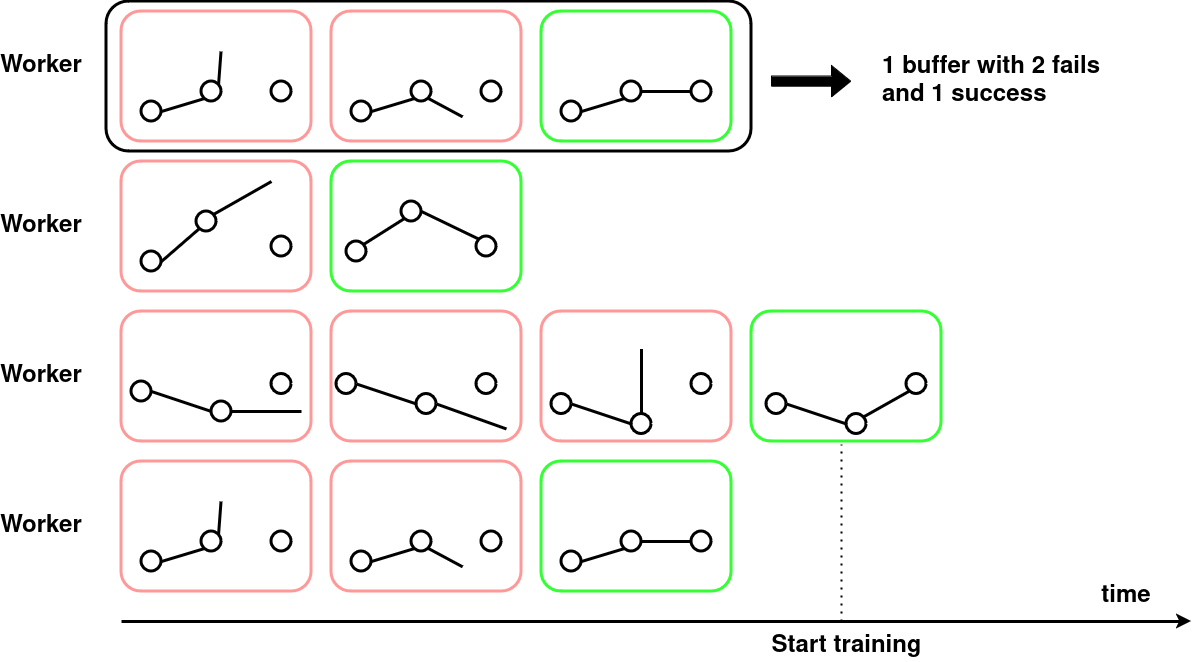
This is moma_deep/threaded_training.png from JonasBlx/graph, a draw.io export, as it was before one commit. Source tidied: cells renumbered, new cells last; positions are measured from the earlier drawing's top-left corner, leaving out a move shared by most shapes. Source of this version:
```xml
<mxGraphModel>
  <root>
    <mxCell id="0" />
    <mxCell id="1" parent="0" />
    <mxCell id="2" style="rounded=1;whiteSpace=wrap;html=1;strokeColor=#FF9999;strokeWidth=3;" parent="1" vertex="1">
      <mxGeometry x="110" y="160" width="190" height="130" as="geometry" />
    </mxCell>
    <mxCell id="3" style="rounded=1;whiteSpace=wrap;html=1;strokeColor=#33FF33;strokeWidth=3;" parent="1" vertex="1">
      <mxGeometry x="320" y="160" width="190" height="130" as="geometry" />
    </mxCell>
    <mxCell id="4" style="ellipse;whiteSpace=wrap;html=1;strokeWidth=3;" parent="1" vertex="1">
      <mxGeometry x="130" y="250" width="20" height="20" as="geometry" />
    </mxCell>
    <mxCell id="5" style="endArrow=none;html=1;rounded=0;exitX=1;exitY=0.5;exitDx=0;exitDy=0;entryX=0;entryY=1;entryDx=0;entryDy=0;strokeWidth=3;" parent="1" edge="1" source="4" target="6">
      <mxGeometry relative="1" as="geometry" />
    </mxCell>
    <mxCell id="6" style="ellipse;whiteSpace=wrap;html=1;strokeWidth=3;" parent="1" vertex="1">
      <mxGeometry x="185" y="210" width="20" height="20" as="geometry" />
    </mxCell>
    <mxCell id="7" style="ellipse;whiteSpace=wrap;html=1;strokeWidth=3;" parent="1" vertex="1">
      <mxGeometry x="260" y="235" width="20" height="20" as="geometry" />
    </mxCell>
    <mxCell id="8" style="endArrow=none;html=1;rounded=0;entryX=1;entryY=0;entryDx=0;entryDy=0;strokeWidth=3;" parent="1" edge="1" target="6">
      <mxGeometry relative="1" as="geometry">
        <mxPoint x="260" y="180" as="sourcePoint" />
      </mxGeometry>
    </mxCell>
    <mxCell id="9" style="ellipse;whiteSpace=wrap;html=1;strokeWidth=3;" parent="1" vertex="1">
      <mxGeometry x="335" y="240" width="20" height="20" as="geometry" />
    </mxCell>
    <mxCell id="10" style="endArrow=none;html=1;rounded=0;exitX=1;exitY=0;exitDx=0;exitDy=0;entryX=0;entryY=1;entryDx=0;entryDy=0;strokeWidth=3;" parent="1" edge="1" source="9" target="11">
      <mxGeometry relative="1" as="geometry" />
    </mxCell>
    <mxCell id="11" style="ellipse;whiteSpace=wrap;html=1;strokeWidth=3;" parent="1" vertex="1">
      <mxGeometry x="390" y="200" width="20" height="20" as="geometry" />
    </mxCell>
    <mxCell id="12" style="ellipse;whiteSpace=wrap;html=1;strokeWidth=3;" parent="1" vertex="1">
      <mxGeometry x="465" y="235" width="20" height="20" as="geometry" />
    </mxCell>
    <mxCell id="13" style="endArrow=none;html=1;rounded=0;entryX=1;entryY=0.5;entryDx=0;entryDy=0;exitX=0;exitY=0;exitDx=0;exitDy=0;strokeWidth=3;" parent="1" edge="1" source="12" target="11">
      <mxGeometry relative="1" as="geometry" />
    </mxCell>
    <mxCell id="14" style="rounded=1;whiteSpace=wrap;html=1;strokeColor=#FF9999;strokeWidth=3;" parent="1" vertex="1">
      <mxGeometry x="110" y="310" width="190" height="130" as="geometry" />
    </mxCell>
    <mxCell id="15" style="rounded=1;whiteSpace=wrap;html=1;strokeColor=#FF9999;strokeWidth=3;" parent="1" vertex="1">
      <mxGeometry x="320" y="310" width="190" height="130" as="geometry" />
    </mxCell>
    <mxCell id="16" style="rounded=1;whiteSpace=wrap;html=1;strokeColor=#FF9999;strokeWidth=3;" parent="1" vertex="1">
      <mxGeometry x="530" y="310" width="190" height="130" as="geometry" />
    </mxCell>
    <mxCell id="17" style="rounded=1;whiteSpace=wrap;html=1;strokeColor=#33FF33;strokeWidth=3;" parent="1" vertex="1">
      <mxGeometry x="740" y="310" width="190" height="130" as="geometry" />
    </mxCell>
    <mxCell id="18" style="ellipse;whiteSpace=wrap;html=1;strokeWidth=3;" parent="1" vertex="1">
      <mxGeometry x="120" y="380" width="20" height="20" as="geometry" />
    </mxCell>
    <mxCell id="19" style="endArrow=none;html=1;rounded=0;exitX=1;exitY=0.5;exitDx=0;exitDy=0;entryX=0;entryY=0.5;entryDx=0;entryDy=0;strokeWidth=3;" parent="1" edge="1" source="18" target="20">
      <mxGeometry relative="1" as="geometry" />
    </mxCell>
    <mxCell id="20" style="ellipse;whiteSpace=wrap;html=1;strokeWidth=3;" parent="1" vertex="1">
      <mxGeometry x="200" y="400" width="20" height="20" as="geometry" />
    </mxCell>
    <mxCell id="21" style="ellipse;whiteSpace=wrap;html=1;strokeWidth=3;" parent="1" vertex="1">
      <mxGeometry x="260" y="372.5" width="20" height="20" as="geometry" />
    </mxCell>
    <mxCell id="22" style="endArrow=none;html=1;rounded=0;entryX=1;entryY=0.5;entryDx=0;entryDy=0;strokeWidth=3;" parent="1" edge="1" target="20">
      <mxGeometry relative="1" as="geometry">
        <mxPoint x="290" y="410" as="sourcePoint" />
      </mxGeometry>
    </mxCell>
    <mxCell id="23" style="ellipse;whiteSpace=wrap;html=1;strokeWidth=3;" parent="1" vertex="1">
      <mxGeometry x="325" y="372.5" width="20" height="20" as="geometry" />
    </mxCell>
    <mxCell id="24" style="endArrow=none;html=1;rounded=0;exitX=1;exitY=0.5;exitDx=0;exitDy=0;entryX=0;entryY=0.5;entryDx=0;entryDy=0;strokeWidth=3;" parent="1" edge="1" source="23" target="25">
      <mxGeometry relative="1" as="geometry" />
    </mxCell>
    <mxCell id="25" style="ellipse;whiteSpace=wrap;html=1;strokeWidth=3;" parent="1" vertex="1">
      <mxGeometry x="405" y="392.5" width="20" height="20" as="geometry" />
    </mxCell>
    <mxCell id="26" style="ellipse;whiteSpace=wrap;html=1;strokeWidth=3;" parent="1" vertex="1">
      <mxGeometry x="465" y="372.5" width="20" height="20" as="geometry" />
    </mxCell>
    <mxCell id="27" style="endArrow=none;html=1;rounded=0;entryX=1;entryY=0.5;entryDx=0;entryDy=0;strokeWidth=3;" parent="1" edge="1" target="25">
      <mxGeometry relative="1" as="geometry">
        <mxPoint x="495" y="427.5" as="sourcePoint" />
      </mxGeometry>
    </mxCell>
    <mxCell id="28" style="ellipse;whiteSpace=wrap;html=1;strokeWidth=3;" parent="1" vertex="1">
      <mxGeometry x="540" y="392.5" width="20" height="20" as="geometry" />
    </mxCell>
    <mxCell id="29" style="endArrow=none;html=1;rounded=0;exitX=1;exitY=0.5;exitDx=0;exitDy=0;entryX=0;entryY=0.5;entryDx=0;entryDy=0;strokeWidth=3;" parent="1" edge="1" source="28" target="30">
      <mxGeometry relative="1" as="geometry" />
    </mxCell>
    <mxCell id="30" style="ellipse;whiteSpace=wrap;html=1;strokeWidth=3;" parent="1" vertex="1">
      <mxGeometry x="620" y="412.5" width="20" height="20" as="geometry" />
    </mxCell>
    <mxCell id="31" style="ellipse;whiteSpace=wrap;html=1;strokeWidth=3;" parent="1" vertex="1">
      <mxGeometry x="680" y="372.5" width="20" height="20" as="geometry" />
    </mxCell>
    <mxCell id="32" style="endArrow=none;html=1;rounded=0;entryX=0.5;entryY=0;entryDx=0;entryDy=0;strokeWidth=3;" parent="1" edge="1" target="30">
      <mxGeometry relative="1" as="geometry">
        <mxPoint x="630" y="347.5" as="sourcePoint" />
      </mxGeometry>
    </mxCell>
    <mxCell id="33" style="ellipse;whiteSpace=wrap;html=1;strokeWidth=3;" parent="1" vertex="1">
      <mxGeometry x="755" y="392.5" width="20" height="20" as="geometry" />
    </mxCell>
    <mxCell id="34" style="endArrow=none;html=1;rounded=0;exitX=1;exitY=0.5;exitDx=0;exitDy=0;entryX=0;entryY=0.5;entryDx=0;entryDy=0;strokeWidth=3;" parent="1" edge="1" source="33" target="35">
      <mxGeometry relative="1" as="geometry" />
    </mxCell>
    <mxCell id="35" style="ellipse;whiteSpace=wrap;html=1;strokeWidth=3;" parent="1" vertex="1">
      <mxGeometry x="835" y="412.5" width="20" height="20" as="geometry" />
    </mxCell>
    <mxCell id="36" style="ellipse;whiteSpace=wrap;html=1;strokeWidth=3;" parent="1" vertex="1">
      <mxGeometry x="895" y="372.5" width="20" height="20" as="geometry" />
    </mxCell>
    <mxCell id="37" style="endArrow=none;html=1;rounded=0;entryX=1;entryY=0;entryDx=0;entryDy=0;exitX=0;exitY=1;exitDx=0;exitDy=0;strokeWidth=3;" parent="1" edge="1" source="36" target="35">
      <mxGeometry relative="1" as="geometry" />
    </mxCell>
    <mxCell id="38" style="rounded=1;whiteSpace=wrap;html=1;strokeColor=#FF9999;strokeWidth=3;" parent="1" vertex="1">
      <mxGeometry x="110" y="460" width="190" height="130" as="geometry" />
    </mxCell>
    <mxCell id="39" style="ellipse;whiteSpace=wrap;html=1;strokeWidth=3;" parent="1" vertex="1">
      <mxGeometry x="130" y="550" width="20" height="20" as="geometry" />
    </mxCell>
    <mxCell id="40" style="endArrow=none;html=1;rounded=0;exitX=1;exitY=0.5;exitDx=0;exitDy=0;entryX=0;entryY=1;entryDx=0;entryDy=0;strokeWidth=3;" parent="1" edge="1" source="39" target="41">
      <mxGeometry relative="1" as="geometry" />
    </mxCell>
    <mxCell id="41" style="ellipse;whiteSpace=wrap;html=1;strokeWidth=3;" parent="1" vertex="1">
      <mxGeometry x="190" y="530" width="20" height="20" as="geometry" />
    </mxCell>
    <mxCell id="42" style="endArrow=none;html=1;rounded=0;exitX=1;exitY=0;exitDx=0;exitDy=0;strokeWidth=3;" parent="1" edge="1" source="41">
      <mxGeometry relative="1" as="geometry">
        <mxPoint x="209.5" y="500" as="targetPoint" />
      </mxGeometry>
    </mxCell>
    <mxCell id="43" style="ellipse;whiteSpace=wrap;html=1;strokeWidth=3;" parent="1" vertex="1">
      <mxGeometry x="260" y="530" width="20" height="20" as="geometry" />
    </mxCell>
    <mxCell id="44" style="rounded=1;whiteSpace=wrap;html=1;strokeColor=#FF9999;strokeWidth=3;" parent="1" vertex="1">
      <mxGeometry x="320" y="460" width="190" height="130" as="geometry" />
    </mxCell>
    <mxCell id="45" style="ellipse;whiteSpace=wrap;html=1;strokeWidth=3;" parent="1" vertex="1">
      <mxGeometry x="340" y="550" width="20" height="20" as="geometry" />
    </mxCell>
    <mxCell id="46" style="endArrow=none;html=1;rounded=0;exitX=1;exitY=0.5;exitDx=0;exitDy=0;entryX=0;entryY=1;entryDx=0;entryDy=0;strokeWidth=3;" parent="1" edge="1" source="45" target="47">
      <mxGeometry relative="1" as="geometry" />
    </mxCell>
    <mxCell id="47" style="ellipse;whiteSpace=wrap;html=1;strokeWidth=3;" parent="1" vertex="1">
      <mxGeometry x="400" y="530" width="20" height="20" as="geometry" />
    </mxCell>
    <mxCell id="48" style="endArrow=none;html=1;rounded=0;exitX=1;exitY=1;exitDx=0;exitDy=0;strokeWidth=3;" parent="1" edge="1" source="47">
      <mxGeometry relative="1" as="geometry">
        <mxPoint x="451.1" y="565.4" as="targetPoint" />
      </mxGeometry>
    </mxCell>
    <mxCell id="49" style="ellipse;whiteSpace=wrap;html=1;strokeWidth=3;" parent="1" vertex="1">
      <mxGeometry x="470" y="530" width="20" height="20" as="geometry" />
    </mxCell>
    <mxCell id="50" style="rounded=1;whiteSpace=wrap;html=1;strokeColor=#33FF33;strokeWidth=3;" parent="1" vertex="1">
      <mxGeometry x="530" y="460" width="190" height="130" as="geometry" />
    </mxCell>
    <mxCell id="51" style="ellipse;whiteSpace=wrap;html=1;strokeWidth=3;" parent="1" vertex="1">
      <mxGeometry x="550" y="550" width="20" height="20" as="geometry" />
    </mxCell>
    <mxCell id="52" style="endArrow=none;html=1;rounded=0;exitX=1;exitY=0.5;exitDx=0;exitDy=0;entryX=0;entryY=1;entryDx=0;entryDy=0;strokeWidth=3;" parent="1" edge="1" source="51" target="53">
      <mxGeometry relative="1" as="geometry" />
    </mxCell>
    <mxCell id="53" style="ellipse;whiteSpace=wrap;html=1;strokeWidth=3;" parent="1" vertex="1">
      <mxGeometry x="610" y="530" width="20" height="20" as="geometry" />
    </mxCell>
    <mxCell id="54" style="endArrow=none;html=1;rounded=0;exitX=1;exitY=0.5;exitDx=0;exitDy=0;entryX=0;entryY=0.5;entryDx=0;entryDy=0;strokeWidth=3;" parent="1" edge="1" source="53" target="55">
      <mxGeometry relative="1" as="geometry" />
    </mxCell>
    <mxCell id="55" style="ellipse;whiteSpace=wrap;html=1;strokeWidth=3;" parent="1" vertex="1">
      <mxGeometry x="680" y="530" width="20" height="20" as="geometry" />
    </mxCell>
    <mxCell id="56" value="&lt;b&gt;&lt;font style=&quot;font-size: 24px;&quot;&gt;Worker&lt;/font&gt;&lt;/b&gt;" style="text;html=1;align=center;verticalAlign=middle;whiteSpace=wrap;rounded=0;" parent="1" vertex="1">
      <mxGeometry y="50" width="60" height="30" as="geometry" />
    </mxCell>
    <mxCell id="57" value="&lt;b&gt;&lt;font style=&quot;font-size: 24px;&quot;&gt;Worker&lt;/font&gt;&lt;/b&gt;" style="text;html=1;align=center;verticalAlign=middle;whiteSpace=wrap;rounded=0;" parent="1" vertex="1">
      <mxGeometry y="210" width="60" height="30" as="geometry" />
    </mxCell>
    <mxCell id="58" value="&lt;b&gt;&lt;font style=&quot;font-size: 24px;&quot;&gt;Worker&lt;/font&gt;&lt;/b&gt;" style="text;html=1;align=center;verticalAlign=middle;whiteSpace=wrap;rounded=0;" parent="1" vertex="1">
      <mxGeometry y="360" width="60" height="30" as="geometry" />
    </mxCell>
    <mxCell id="59" value="&lt;b&gt;&lt;font style=&quot;font-size: 24px;&quot;&gt;Worker&lt;/font&gt;&lt;/b&gt;" style="text;html=1;align=center;verticalAlign=middle;whiteSpace=wrap;rounded=0;" parent="1" vertex="1">
      <mxGeometry y="510" width="60" height="30" as="geometry" />
    </mxCell>
    <mxCell id="60" style="endArrow=classic;html=1;rounded=0;strokeWidth=3;" parent="1" edge="1">
      <mxGeometry relative="1" as="geometry">
        <mxPoint x="110" y="620" as="sourcePoint" />
        <mxPoint x="1180" y="620" as="targetPoint" />
      </mxGeometry>
    </mxCell>
    <mxCell id="61" value="&lt;b&gt;&lt;font style=&quot;font-size: 24px;&quot;&gt;Start training&lt;/font&gt;&lt;/b&gt;" style="text;html=1;align=center;verticalAlign=middle;whiteSpace=wrap;rounded=0;" parent="1" vertex="1">
      <mxGeometry x="722.5" y="630" width="225" height="30" as="geometry" />
    </mxCell>
    <mxCell id="62" style="endArrow=none;dashed=1;html=1;dashPattern=1 3;strokeWidth=2;rounded=0;" parent="1" edge="1">
      <mxGeometry relative="1" as="geometry">
        <mxPoint x="830" y="620" as="sourcePoint" />
        <mxPoint x="830" y="443" as="targetPoint" />
      </mxGeometry>
    </mxCell>
    <mxCell id="63" value="&lt;div&gt;&lt;b&gt;&lt;font style=&quot;font-size: 24px;&quot;&gt;time&lt;/font&gt;&lt;/b&gt;&lt;/div&gt;" style="text;html=1;align=center;verticalAlign=middle;whiteSpace=wrap;rounded=0;" parent="1" vertex="1">
      <mxGeometry x="1060" y="580" width="110" height="30" as="geometry" />
    </mxCell>
    <mxCell id="64" style="rounded=1;whiteSpace=wrap;html=1;strokeWidth=3;" parent="1" vertex="1">
      <mxGeometry x="95" width="645" height="150" as="geometry" />
    </mxCell>
    <mxCell id="65" style="rounded=1;whiteSpace=wrap;html=1;strokeColor=#FF9999;strokeWidth=3;" parent="1" vertex="1">
      <mxGeometry x="110" y="10" width="190" height="130" as="geometry" />
    </mxCell>
    <mxCell id="66" style="ellipse;whiteSpace=wrap;html=1;strokeWidth=3;" parent="1" vertex="1">
      <mxGeometry x="130" y="100" width="20" height="20" as="geometry" />
    </mxCell>
    <mxCell id="67" style="endArrow=none;html=1;rounded=0;exitX=1;exitY=0.5;exitDx=0;exitDy=0;entryX=0;entryY=1;entryDx=0;entryDy=0;strokeWidth=3;" parent="1" edge="1" source="66" target="68">
      <mxGeometry relative="1" as="geometry" />
    </mxCell>
    <mxCell id="68" style="ellipse;whiteSpace=wrap;html=1;strokeWidth=3;" parent="1" vertex="1">
      <mxGeometry x="190" y="80" width="20" height="20" as="geometry" />
    </mxCell>
    <mxCell id="69" style="endArrow=none;html=1;rounded=0;exitX=1;exitY=0;exitDx=0;exitDy=0;strokeWidth=3;" parent="1" edge="1" source="68">
      <mxGeometry relative="1" as="geometry">
        <mxPoint x="209.5" y="50" as="targetPoint" />
      </mxGeometry>
    </mxCell>
    <mxCell id="70" style="ellipse;whiteSpace=wrap;html=1;strokeWidth=3;" parent="1" vertex="1">
      <mxGeometry x="260" y="80" width="20" height="20" as="geometry" />
    </mxCell>
    <mxCell id="71" style="rounded=1;whiteSpace=wrap;html=1;strokeColor=#FF9999;strokeWidth=3;" parent="1" vertex="1">
      <mxGeometry x="320" y="10" width="190" height="130" as="geometry" />
    </mxCell>
    <mxCell id="72" style="ellipse;whiteSpace=wrap;html=1;strokeWidth=3;" parent="1" vertex="1">
      <mxGeometry x="340" y="100" width="20" height="20" as="geometry" />
    </mxCell>
    <mxCell id="73" style="endArrow=none;html=1;rounded=0;exitX=1;exitY=0.5;exitDx=0;exitDy=0;entryX=0;entryY=1;entryDx=0;entryDy=0;strokeWidth=3;" parent="1" edge="1" source="72" target="74">
      <mxGeometry relative="1" as="geometry" />
    </mxCell>
    <mxCell id="74" style="ellipse;whiteSpace=wrap;html=1;strokeWidth=3;" parent="1" vertex="1">
      <mxGeometry x="400" y="80" width="20" height="20" as="geometry" />
    </mxCell>
    <mxCell id="75" style="endArrow=none;html=1;rounded=0;exitX=1;exitY=1;exitDx=0;exitDy=0;strokeWidth=3;" parent="1" edge="1" source="74">
      <mxGeometry relative="1" as="geometry">
        <mxPoint x="451.1" y="115.4" as="targetPoint" />
      </mxGeometry>
    </mxCell>
    <mxCell id="76" style="ellipse;whiteSpace=wrap;html=1;strokeWidth=3;" parent="1" vertex="1">
      <mxGeometry x="470" y="80" width="20" height="20" as="geometry" />
    </mxCell>
    <mxCell id="77" style="rounded=1;whiteSpace=wrap;html=1;strokeColor=#33FF33;strokeWidth=3;" parent="1" vertex="1">
      <mxGeometry x="530" y="10" width="190" height="130" as="geometry" />
    </mxCell>
    <mxCell id="78" style="ellipse;whiteSpace=wrap;html=1;strokeWidth=3;" parent="1" vertex="1">
      <mxGeometry x="550" y="100" width="20" height="20" as="geometry" />
    </mxCell>
    <mxCell id="79" style="endArrow=none;html=1;rounded=0;exitX=1;exitY=0.5;exitDx=0;exitDy=0;entryX=0;entryY=1;entryDx=0;entryDy=0;strokeWidth=3;" parent="1" edge="1" source="78" target="80">
      <mxGeometry relative="1" as="geometry" />
    </mxCell>
    <mxCell id="80" style="ellipse;whiteSpace=wrap;html=1;strokeWidth=3;" parent="1" vertex="1">
      <mxGeometry x="610" y="80" width="20" height="20" as="geometry" />
    </mxCell>
    <mxCell id="81" style="endArrow=none;html=1;rounded=0;exitX=1;exitY=0.5;exitDx=0;exitDy=0;entryX=0;entryY=0.5;entryDx=0;entryDy=0;strokeWidth=3;" parent="1" edge="1" source="80" target="82">
      <mxGeometry relative="1" as="geometry" />
    </mxCell>
    <mxCell id="82" style="ellipse;whiteSpace=wrap;html=1;strokeWidth=3;" parent="1" vertex="1">
      <mxGeometry x="680" y="80" width="20" height="20" as="geometry" />
    </mxCell>
    <mxCell id="83" style="shape=flexArrow;endArrow=classic;html=1;rounded=0;fillColor=#000000;" parent="1" edge="1">
      <mxGeometry relative="1" as="geometry">
        <mxPoint x="760" y="80" as="sourcePoint" />
        <mxPoint x="840" y="80" as="targetPoint" />
      </mxGeometry>
    </mxCell>
    <mxCell id="84" value="&lt;div align=&quot;justify&quot;&gt;&lt;b&gt;&lt;font style=&quot;font-size: 24px;&quot;&gt;1 buffer with 2 fails and 1 success&lt;/font&gt;&lt;/b&gt;&lt;br&gt;&lt;/div&gt;" style="text;html=1;align=center;verticalAlign=middle;whiteSpace=wrap;rounded=0;" parent="1" vertex="1">
      <mxGeometry x="870" y="60" width="220" height="40" as="geometry" />
    </mxCell>
  </root>
</mxGraphModel>
```
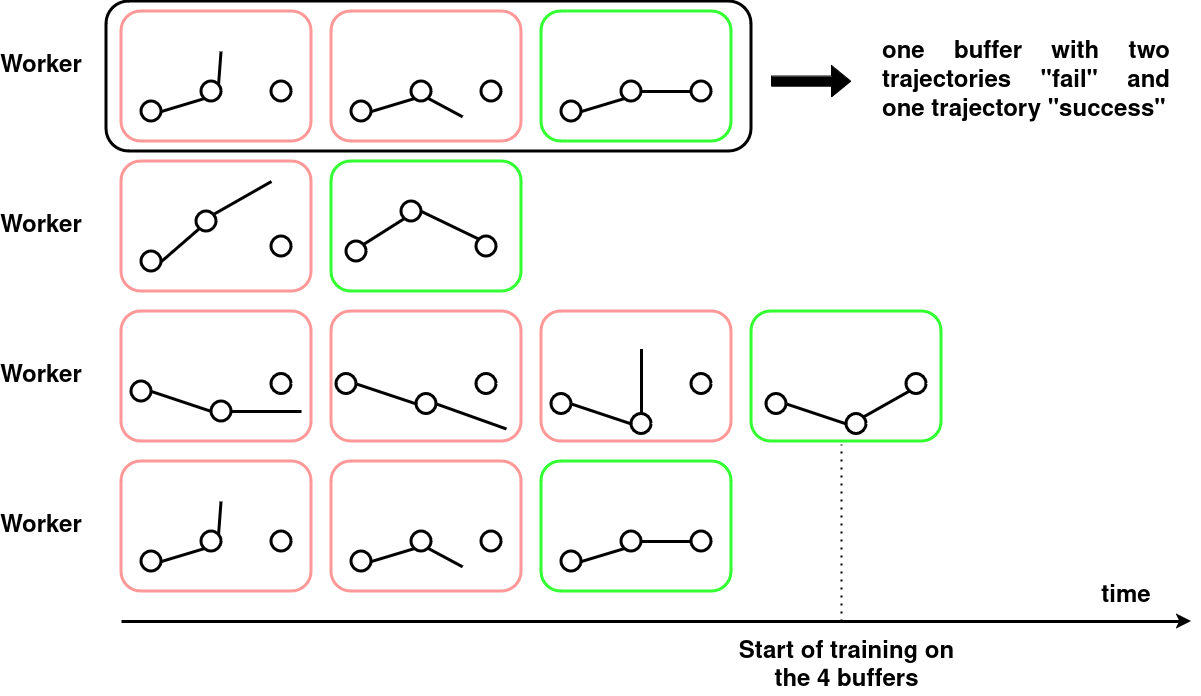
The same file after the commit.

Change to the diagram source:
```diff
@@ -194,8 +194,8 @@
         <mxPoint x="1180" y="620" as="targetPoint" />
       </mxGeometry>
     </mxCell>
-    <mxCell id="61" value="&lt;b&gt;&lt;font style=&quot;font-size: 24px;&quot;&gt;Start training&lt;/font&gt;&lt;/b&gt;" style="text;html=1;align=center;verticalAlign=middle;whiteSpace=wrap;rounded=0;" parent="1" vertex="1">
-      <mxGeometry x="722.5" y="630" width="225" height="30" as="geometry" />
+    <mxCell id="61" value="&lt;div align=&quot;center&quot;&gt;&lt;b&gt;&lt;font style=&quot;font-size: 24px;&quot;&gt;Start of training on the 4 buffers&lt;/font&gt;&lt;/b&gt;&lt;/div&gt;" style="text;html=1;align=center;verticalAlign=middle;whiteSpace=wrap;rounded=0;" parent="1" vertex="1">
+      <mxGeometry x="722.5" y="650" width="225" height="30" as="geometry" />
     </mxCell>
     <mxCell id="62" style="endArrow=none;dashed=1;html=1;dashPattern=1 3;strokeWidth=2;rounded=0;" parent="1" edge="1">
       <mxGeometry relative="1" as="geometry">
@@ -273,8 +273,8 @@
         <mxPoint x="840" y="80" as="targetPoint" />
       </mxGeometry>
     </mxCell>
-    <mxCell id="84" value="&lt;div align=&quot;justify&quot;&gt;&lt;b&gt;&lt;font style=&quot;font-size: 24px;&quot;&gt;1 buffer with 2 fails and 1 success&lt;/font&gt;&lt;/b&gt;&lt;br&gt;&lt;/div&gt;" style="text;html=1;align=center;verticalAlign=middle;whiteSpace=wrap;rounded=0;" parent="1" vertex="1">
-      <mxGeometry x="870" y="60" width="220" height="40" as="geometry" />
+    <mxCell id="84" value="&lt;div align=&quot;justify&quot;&gt;&lt;b&gt;&lt;font style=&quot;font-size: 24px;&quot;&gt;one buffer with two trajectories &quot;fail&quot; and one trajectory &quot;success&quot;&lt;/font&gt;&lt;/b&gt;&lt;br&gt;&lt;/div&gt;" style="text;html=1;align=center;verticalAlign=middle;whiteSpace=wrap;rounded=0;" parent="1" vertex="1">
+      <mxGeometry x="870" y="60" width="290" height="40" as="geometry" />
     </mxCell>
   </root>
 </mxGraphModel>
```
